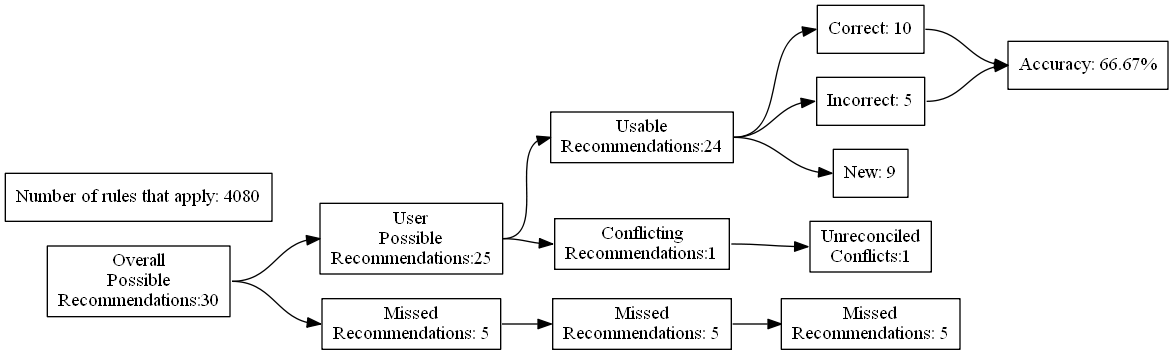
ZaxR/ibd_diet_analysis keeps this Graphviz diagram as test_renders/21.gv.png. Above is the earlier version. Its source is kept beside it as test_renders/21.gv. Its diagram source:
```dot
digraph {
	graph [rankdir=LR]
	node [pos=r shape=box]
	edge [headport=w tailport=e]
		A [label="Overall
Possible
Recommendations:30"]
		B [label="User
Possible
Recommendations:25"]
		C [label="Missed
Recommendations: 5"]
		D [label="Usable
Recommendations:24"]
		E [label="Conflicting
Recommendations:1"]
		J [label="Missed
Recommendations: 5"]
		M [label="Unreconciled
Conflicts:1"]
		F [label="Correct: 10"]
		G [label="Incorrect: 5"]
		H [label="New: 9"]
		K [label="Missed
Recommendations: 5"]
		I [label="Accuracy: 66.67%"]
		l [label="Number of rules that apply: 4080"]
			A -> B
			A -> C
			B -> D
			B -> E
			D -> F
			D -> G
			D -> H
			F -> I
			G -> I
			C -> J
			J -> K
			E -> M
}
```
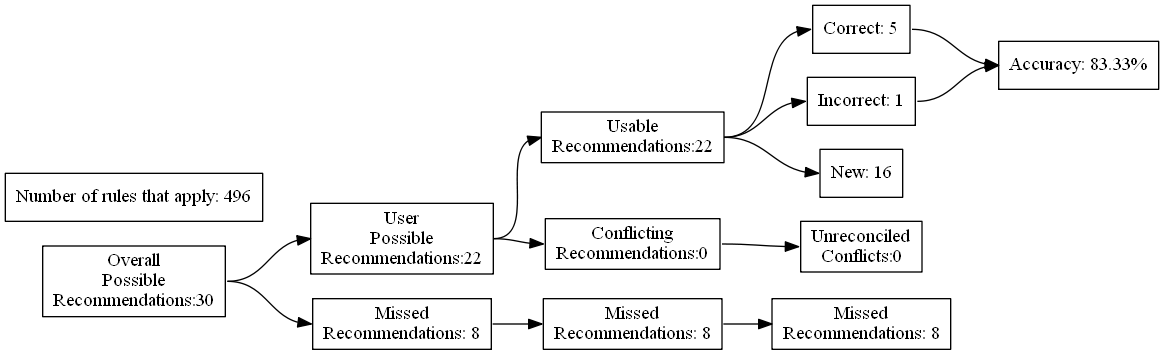
After the change.

Diff of the diagram source:
```diff
@@ -7,24 +7,24 @@
 Recommendations:30"]
 		B [label="User
 Possible
-Recommendations:25"]
+Recommendations:22"]
 		C [label="Missed
-Recommendations: 5"]
+Recommendations: 8"]
 		D [label="Usable
-Recommendations:24"]
+Recommendations:22"]
 		E [label="Conflicting
-Recommendations:1"]
+Recommendations:0"]
 		J [label="Missed
-Recommendations: 5"]
+Recommendations: 8"]
 		M [label="Unreconciled
-Conflicts:1"]
-		F [label="Correct: 10"]
-		G [label="Incorrect: 5"]
-		H [label="New: 9"]
+Conflicts:0"]
+		F [label="Correct: 5"]
+		G [label="Incorrect: 1"]
+		H [label="New: 16"]
 		K [label="Missed
-Recommendations: 5"]
-		I [label="Accuracy: 66.67%"]
-		l [label="Number of rules that apply: 4080"]
+Recommendations: 8"]
+		I [label="Accuracy: 83.33%"]
+		l [label="Number of rules that apply: 496"]
 			A -> B
 			A -> C
 			B -> D
```
